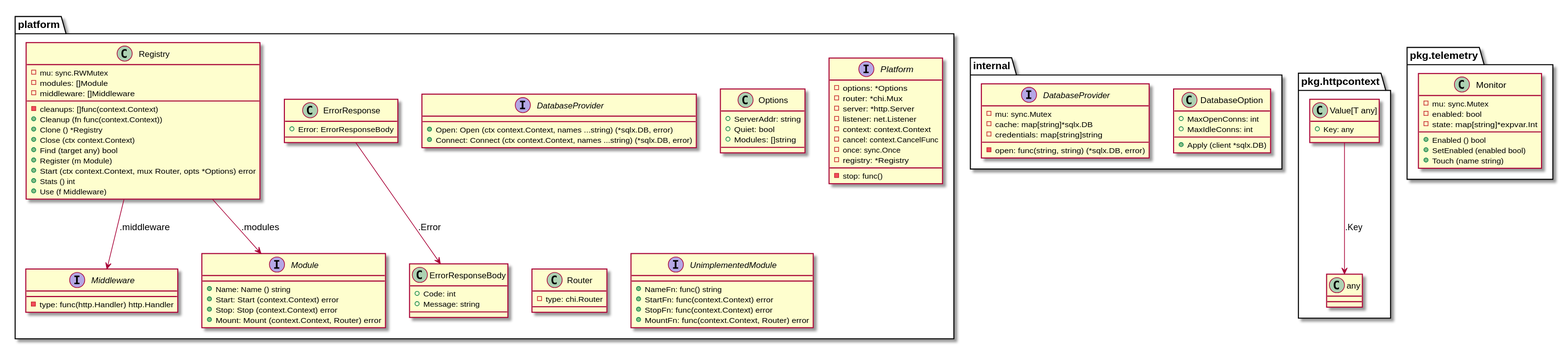
The PlantUML diagram docs/structure.svg in titpetric/platform, before a commit.
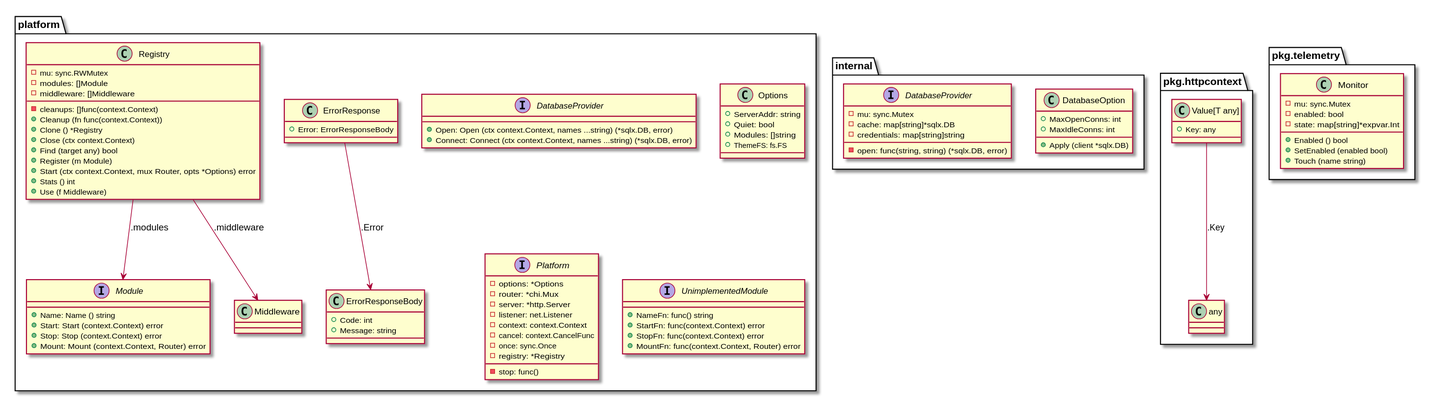
Above is the later version.

Commit message:
Add ThemeFS to platform options, update coverage

The edit, as a diff of the source:
```diff
@@ -40,10 +40,6 @@
   + Message: string
 }
 
-interface "platform.Middleware" {
-  - type: func(http.Handler) http.Handler
-}
-
 interface "platform.Module" {
   + Name: Name () string
   + Start: Start (context.Context) error
@@ -55,6 +51,7 @@
   + ServerAddr: string
   + Quiet: bool
   + Modules: []string
+  + ThemeFS: fs.FS
 }
 
 interface "platform.Platform" {
@@ -84,10 +81,6 @@
   + Use (f Middleware)
 }
 
-class "platform.Router" {
-  - type: chi.Router
-}
-
 interface "platform.UnimplementedModule" {
   + NameFn: func() string
   + StartFn: func(context.Context) error
@@ -107,11 +100,9 @@
 
 
 
-
 "platform.Registry" --> "platform.Module" : .modules
 "platform.Registry" --> "platform.Middleware" : .middleware
 
 
 
-
 @enduml
```
